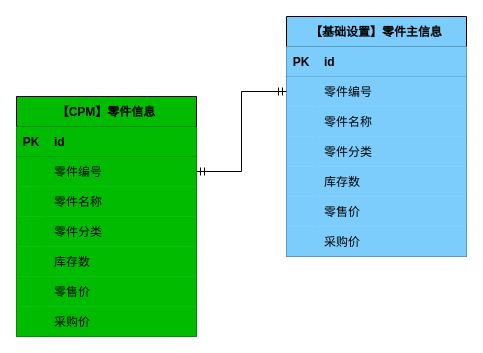
1132489442/gitRepository1 keeps this draw.io diagram as page "聚合根" (4 of 4) of 零件主信息.drawio. Above is the earlier version. Source tidied: cells renumbered, new cells numbered last; positions are measured from the earlier drawing's top-left corner, leaving out a move shared by most shapes. Both pictures are drawn from the tidied source at 100%, with x=0, y=0 at pixel (16, 16).
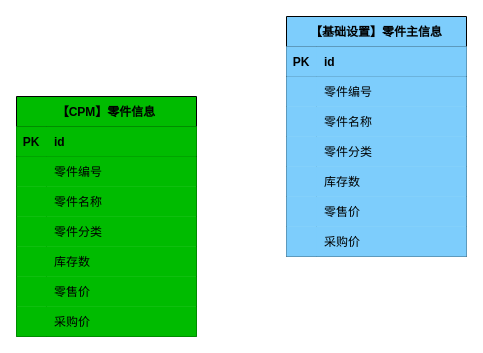
Above is the later version.

Unchanged cells that the change refers to:
```xml
<mxCell id="6" style="shape=tableRow;horizontal=0;startSize=0;swimlaneHead=0;swimlaneBody=0;fillColor=#7DCDFC;points=[[0,0.5],[1,0.5]];portConstraint=eastwest;top=0;left=0;right=0;bottom=0;" parent="2" vertex="1">
  <mxGeometry y="60" width="180" height="30" as="geometry" />
</mxCell>
<mxCell id="28" style="shape=tableRow;horizontal=0;startSize=0;swimlaneHead=0;swimlaneBody=0;fillColor=#00BB00;points=[[0,0.5],[1,0.5]];portConstraint=eastwest;top=0;left=0;right=0;bottom=0;" parent="24" vertex="1">
  <mxGeometry y="60" width="180" height="30" as="geometry" />
</mxCell>
```

The edit, as a diff of the source:
```diff
@@
-    <mxCell id="46" style="edgeStyle=orthogonalEdgeStyle;rounded=0;jettySize=auto;html=1;exitX=1;exitY=0.5;exitDx=0;exitDy=0;entryX=0;entryY=0.5;entryDx=0;entryDy=0;startArrow=ERmandOne;startFill=0;endArrow=ERmandOne;endFill=0;" parent="1" edge="1" source="28" target="6">
-      <mxGeometry relative="1" as="geometry" />
-    </mxCell>
```
